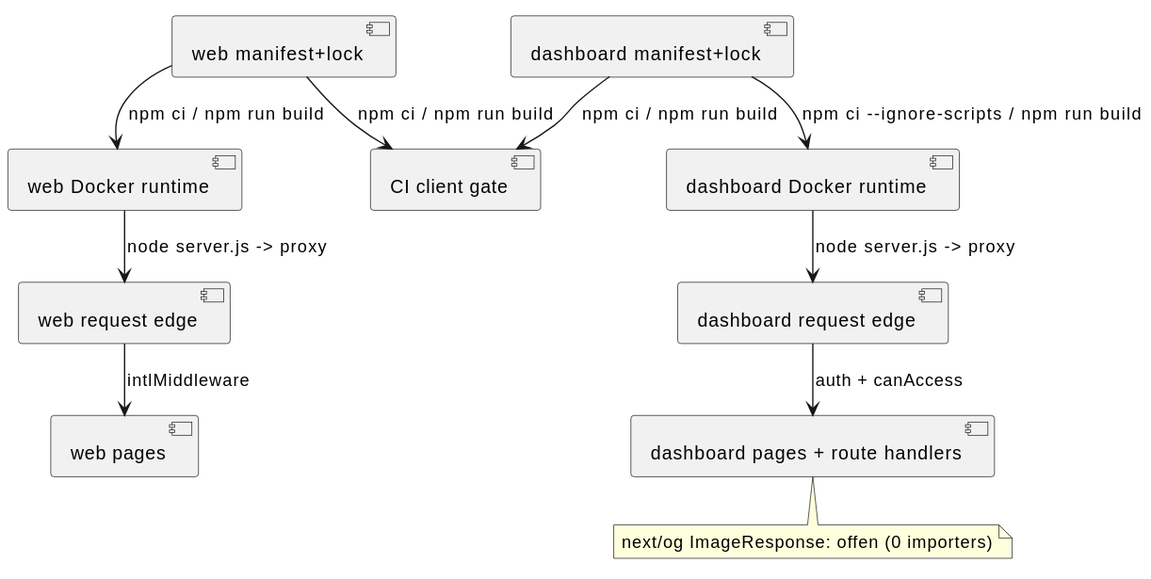
Earlier version of the PlantUML export docs/architecture/map_001.svg (NeaBouli/pnyx). The source it was exported from:
```plantuml
@startuml
component "web manifest+lock" as WL
component "dashboard manifest+lock" as DL
component "CI client gate" as CI
component "web Docker runtime" as WD
component "dashboard Docker runtime" as DD
component "web request edge" as WP
component "dashboard request edge" as DP
component "web pages" as WPG
component "dashboard pages + route handlers" as DRH

WL --> CI : npm ci / npm run build
DL --> CI : npm ci / npm run build
WL --> WD : npm ci / npm run build
DL --> DD : npm ci --ignore-scripts / npm run build
WD --> WP : node server.js -> proxy
DD --> DP : node server.js -> proxy
WP --> WPG : intlMiddleware
DP --> DRH : auth + canAccess
note bottom of DRH
  next/og ImageResponse: offen (0 importers)
end note
@enduml
```
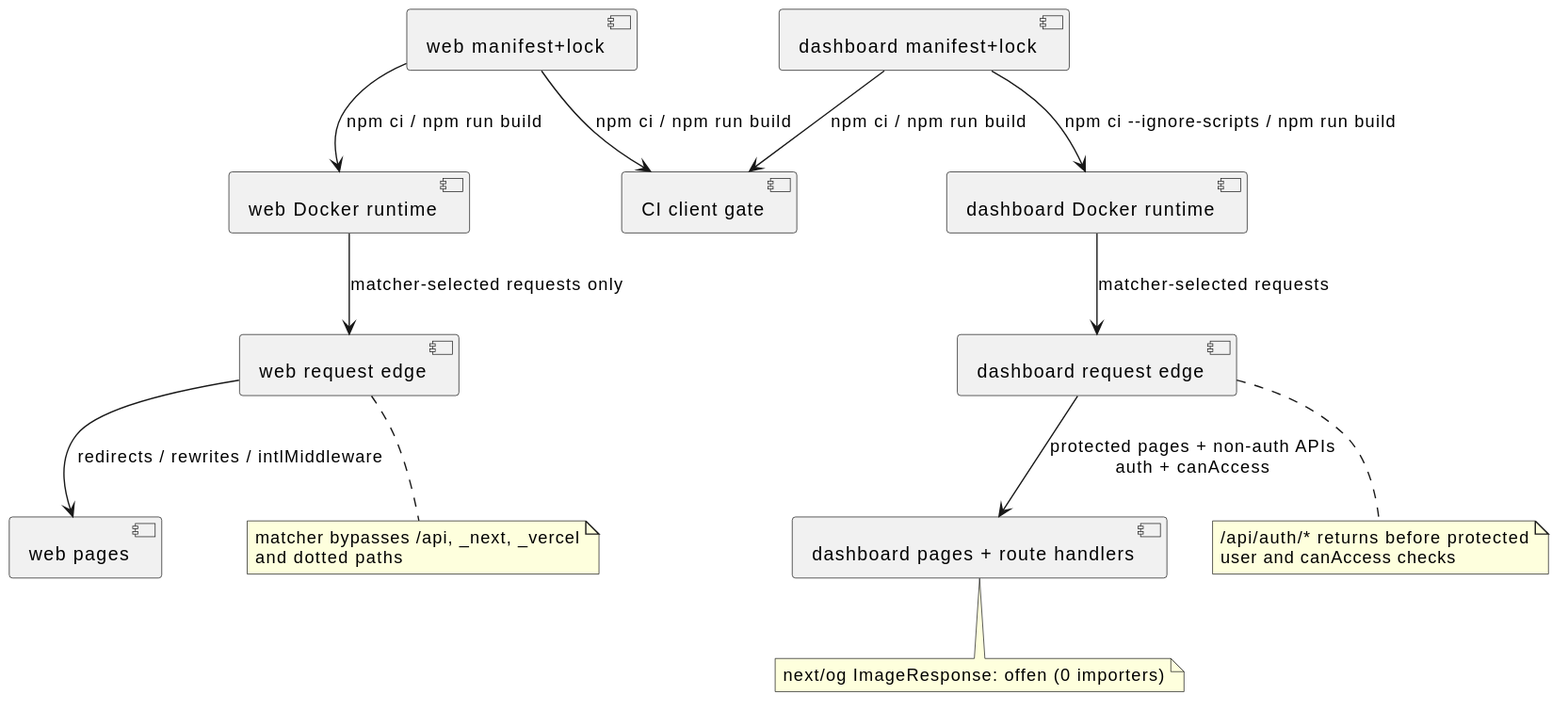
The same file after the commit.

Commit message:
docs(architecture): qualify proxy request paths

Change to the diagram source:
```diff
@@ -13,10 +13,18 @@
 DL --> CI : npm ci / npm run build
 WL --> WD : npm ci / npm run build
 DL --> DD : npm ci --ignore-scripts / npm run build
-WD --> WP : node server.js -> proxy
-DD --> DP : node server.js -> proxy
-WP --> WPG : intlMiddleware
-DP --> DRH : auth + canAccess
+WD --> WP : matcher-selected requests only
+DD --> DP : matcher-selected requests
+WP --> WPG : redirects / rewrites / intlMiddleware
+DP --> DRH : protected pages + non-auth APIs\nauth + canAccess
+note bottom of WP
+  matcher bypasses /api, _next, _vercel
+  and dotted paths
+end note
+note bottom of DP
+  /api/auth/* returns before protected
+  user and canAccess checks
+end note
 note bottom of DRH
   next/og ImageResponse: offen (0 importers)
 end note
```
